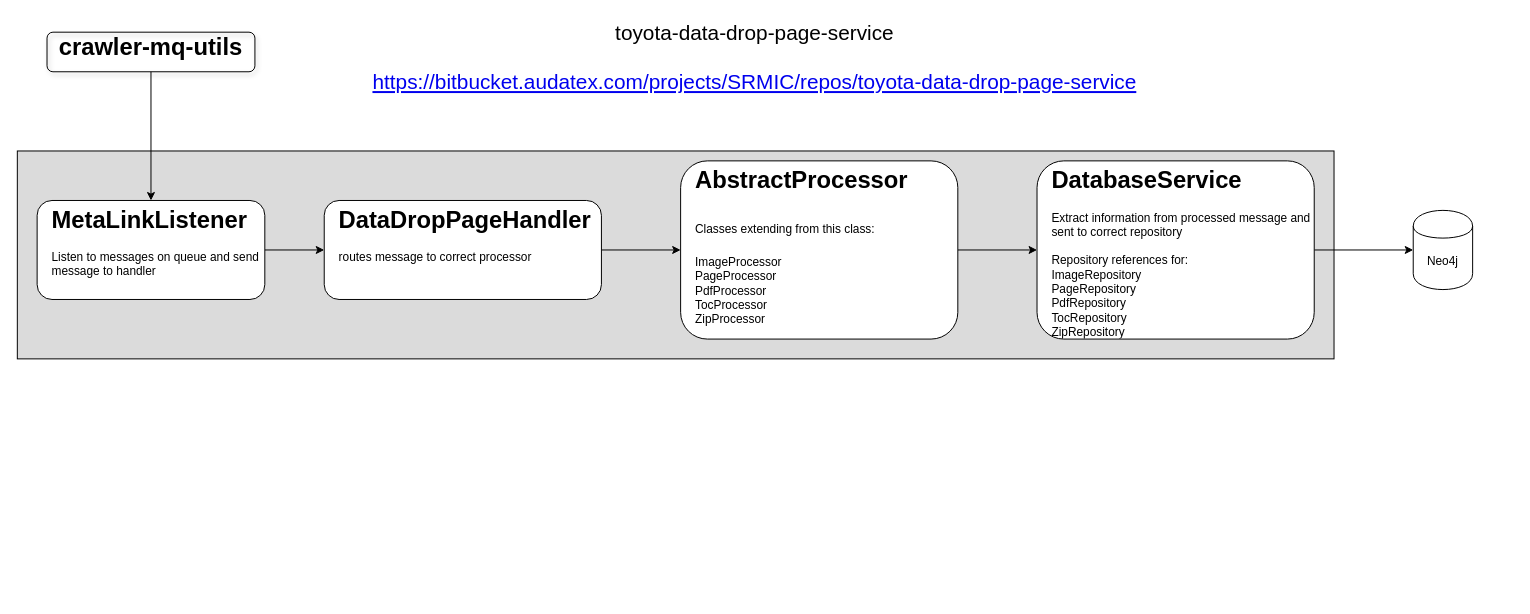
This is data-drop-page-service-HLDiagram.drawio from james-wagstaff/Diagrams, a draw.io file, before an edit. Source tidied: cells renumbered, new cells numbered last; positions are measured from the earlier drawing's top-left corner, leaving out a move shared by most shapes. Both pictures are drawn from the tidied source at 99%, with x=0, y=0 at pixel (17, 22).
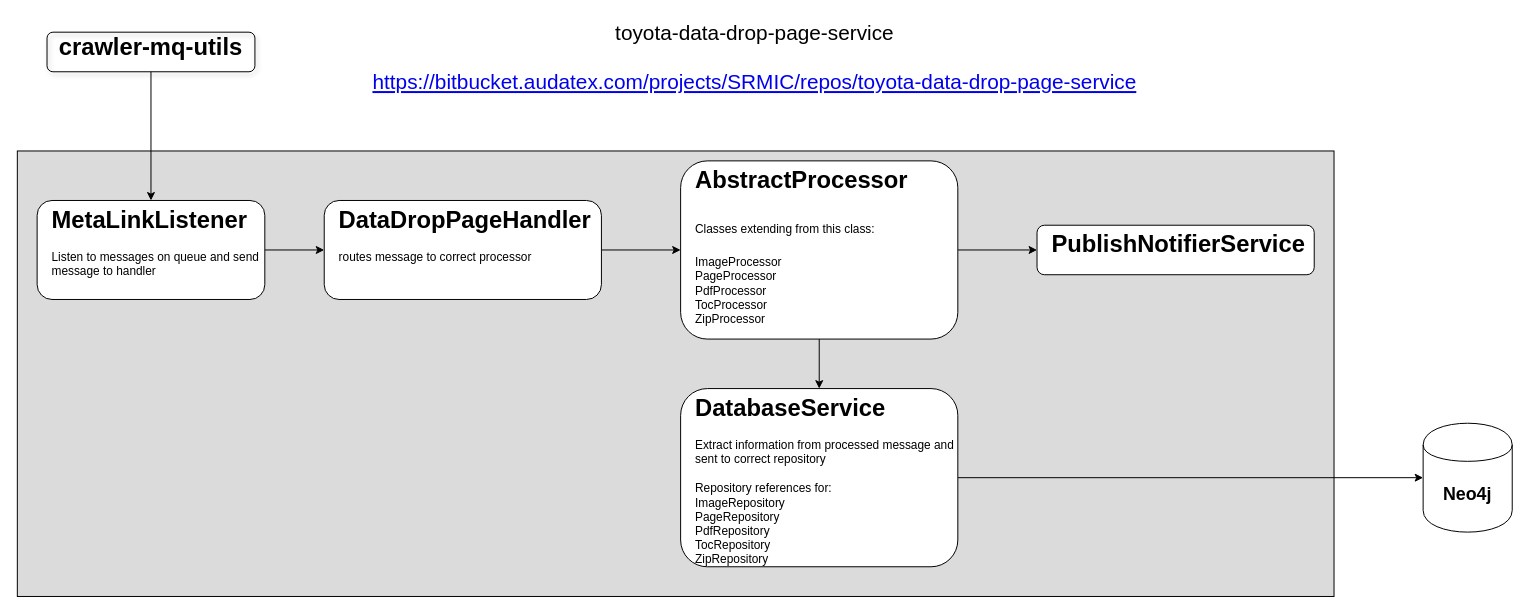
After the change.

What changed in the source:
```diff
@@
 <mxGraphModel>
   <root>
     <mxCell id="0" />
     <mxCell id="1" parent="0" />
     <mxCell id="2" style="rounded=0;whiteSpace=wrap;html=1;fillColor=#DBDBDB;" parent="1" vertex="1">
-      <mxGeometry y="130" width="1330" height="210" as="geometry" />
+      <mxGeometry y="130" width="1330" height="450" as="geometry" />
     </mxCell>
     <mxCell id="3" value="toyota-data-drop-page-service&lt;br style=&quot;font-size: 21px;&quot;&gt;&lt;a href=&quot;https://bitbucket.audatex.com/projects/SRMIC/repos/toyota-data-drop-page-service&quot; style=&quot;font-size: 21px;&quot;&gt;&lt;br style=&quot;font-size: 21px;&quot;&gt;https://bitbucket.audatex.com/projects/SRMIC/repos/toyota-data-drop-page-service&lt;/a&gt;" style="text;html=1;strokeColor=none;fillColor=none;align=center;verticalAlign=middle;whiteSpace=wrap;rounded=0;fontSize=21;" parent="1" vertex="1">
       <mxGeometry x="330" width="830" height="70" as="geometry" />
     </mxCell>
     <mxCell id="4" style="edgeStyle=orthogonalEdgeStyle;rounded=0;jettySize=auto;html=1;" parent="1" edge="1" source="5" target="7">
       <mxGeometry relative="1" as="geometry" />
     </mxCell>
     <mxCell id="5" value="&lt;h1&gt;crawler-mq-utils&lt;/h1&gt;&lt;div&gt;&lt;br&gt;&lt;/div&gt;" style="text;html=1;fillColor=none;spacing=5;spacingTop=-20;whiteSpace=wrap;overflow=hidden;rounded=1;shadow=1;strokeColor=#000000;align=center;verticalAlign=middle;" parent="1" vertex="1">
       <mxGeometry x="30" y="10" width="210" height="40" as="geometry" />
     </mxCell>
     <mxCell id="6" style="edgeStyle=orthogonalEdgeStyle;rounded=0;jettySize=auto;html=1;" parent="1" edge="1" source="7" target="9">
       <mxGeometry relative="1" as="geometry" />
     </mxCell>
     <mxCell id="7" value="&lt;h1&gt;MetaLinkListener&lt;/h1&gt;&lt;div&gt;Listen to messages on queue and send message to handler&lt;/div&gt;" style="text;html=1;fillColor=#FFFFFF;spacing=5;spacingTop=-20;whiteSpace=wrap;overflow=hidden;rounded=1;strokeColor=#000000;spacingLeft=10;" parent="1" vertex="1">
       <mxGeometry x="20" y="180" width="230" height="100" as="geometry" />
     </mxCell>
     <mxCell id="8" style="edgeStyle=orthogonalEdgeStyle;rounded=0;jettySize=auto;html=1;" parent="1" edge="1" source="9" target="11">
       <mxGeometry relative="1" as="geometry" />
     </mxCell>
     <mxCell id="9" value="&lt;h1&gt;DataDropPageHandler&lt;/h1&gt;&lt;div&gt;routes message to correct processor&lt;/div&gt;" style="text;html=1;fillColor=#FFFFFF;spacing=5;spacingTop=-20;whiteSpace=wrap;overflow=hidden;rounded=1;strokeColor=#000000;spacingLeft=10;" parent="1" vertex="1">
       <mxGeometry x="310" y="180" width="280" height="100" as="geometry" />
     </mxCell>
     <mxCell id="10" style="edgeStyle=orthogonalEdgeStyle;rounded=0;jettySize=auto;html=1;" parent="1" edge="1" source="11" target="13">
       <mxGeometry relative="1" as="geometry" />
     </mxCell>
+    <mxCell id="15" style="edgeStyle=orthogonalEdgeStyle;rounded=0;jettySize=auto;html=1;" parent="1" edge="1" source="11" target="16">
+      <mxGeometry relative="1" as="geometry" />
+    </mxCell>
     <mxCell id="11" value="&lt;h1 style=&quot;text-align: center&quot;&gt;&lt;span&gt;AbstractProcessor&lt;/span&gt;&lt;/h1&gt;&lt;h1&gt;&lt;span style=&quot;font-size: 12px ; font-weight: normal&quot;&gt;Classes extending from this class:&lt;/span&gt;&lt;br&gt;&lt;/h1&gt;&lt;div&gt;&lt;span style=&quot;font-size: 12px ; font-weight: normal&quot;&gt;ImageProcessor&lt;/span&gt;&lt;/div&gt;&lt;div&gt;&lt;span style=&quot;font-size: 12px ; font-weight: normal&quot;&gt;PageProcessor&lt;/span&gt;&lt;/div&gt;PdfProcessor&lt;br&gt;TocProcessor&lt;br&gt;ZipProcessor" style="text;html=1;fillColor=#FFFFFF;spacing=5;spacingTop=-20;whiteSpace=wrap;overflow=hidden;rounded=1;strokeColor=#000000;spacingLeft=10;" parent="1" vertex="1">
       <mxGeometry x="670" y="140" width="280" height="180" as="geometry" />
     </mxCell>
     <mxCell id="12" style="edgeStyle=orthogonalEdgeStyle;rounded=0;jettySize=auto;html=1;" parent="1" edge="1" source="13" target="14">
-      <mxGeometry relative="1" as="geometry" />
+      <mxGeometry relative="1" as="geometry">
+        <Array as="points">
+          <mxPoint x="1440" y="460" />
+          <mxPoint x="1440" y="480" />
+        </Array>
+      </mxGeometry>
     </mxCell>
     <mxCell id="13" value="&lt;h1&gt;&lt;span&gt;DatabaseService&lt;/span&gt;&lt;/h1&gt;&lt;div&gt;&lt;span&gt;Extract information from processed message and sent to correct repository&lt;/span&gt;&lt;/div&gt;&lt;div&gt;&lt;span&gt;&lt;br&gt;&lt;/span&gt;&lt;/div&gt;&lt;div&gt;&lt;span style=&quot;text-align: center&quot;&gt;Repository references for:&lt;/span&gt;&lt;br style=&quot;text-align: center&quot;&gt;&lt;span style=&quot;text-align: center&quot;&gt;ImageRepository&lt;/span&gt;&lt;br style=&quot;text-align: center&quot;&gt;&lt;span style=&quot;text-align: center&quot;&gt;PageRepository&lt;/span&gt;&lt;br style=&quot;text-align: center&quot;&gt;&lt;span style=&quot;text-align: center&quot;&gt;PdfRepository&lt;/span&gt;&lt;br style=&quot;text-align: center&quot;&gt;&lt;span style=&quot;text-align: center&quot;&gt;TocRepository&lt;/span&gt;&lt;br style=&quot;text-align: center&quot;&gt;&lt;span style=&quot;text-align: center&quot;&gt;ZipRepository&lt;/span&gt;&lt;span&gt;&lt;br&gt;&lt;/span&gt;&lt;/div&gt;&lt;h1&gt;&lt;/h1&gt;" style="text;html=1;fillColor=#FFFFFF;spacing=5;spacingTop=-20;whiteSpace=wrap;overflow=hidden;rounded=1;strokeColor=#000000;spacingLeft=10;" parent="1" vertex="1">
-      <mxGeometry x="1030" y="140" width="280" height="180" as="geometry" />
+      <mxGeometry x="670" y="370" width="280" height="180" as="geometry" />
     </mxCell>
-    <mxCell id="14" value="Neo4j" style="shape=cylinder;whiteSpace=wrap;html=1;boundedLbl=1;backgroundOutline=1;" parent="1" vertex="1">
-      <mxGeometry x="1410" y="190" width="60" height="80" as="geometry" />
+    <mxCell id="14" value="&lt;b&gt;&lt;font style=&quot;font-size: 18px&quot;&gt;Neo4j&lt;/font&gt;&lt;/b&gt;" style="shape=cylinder;whiteSpace=wrap;html=1;boundedLbl=1;backgroundOutline=1;" parent="1" vertex="1">
+      <mxGeometry x="1420" y="405" width="90" height="110" as="geometry" />
     </mxCell>
+    <mxCell id="16" value="&lt;h1 style=&quot;text-align: center&quot;&gt;&lt;span&gt;PublishNotifierService&lt;/span&gt;&lt;/h1&gt;&lt;div&gt;&lt;span&gt;&lt;br&gt;&lt;/span&gt;&lt;/div&gt;" style="text;html=1;fillColor=#FFFFFF;spacing=5;spacingTop=-20;whiteSpace=wrap;overflow=hidden;rounded=1;strokeColor=#000000;spacingLeft=10;" parent="1" vertex="1">
+      <mxGeometry x="1030" y="205" width="280" height="50" as="geometry" />
+    </mxCell>
   </root>
 </mxGraphModel>
```
